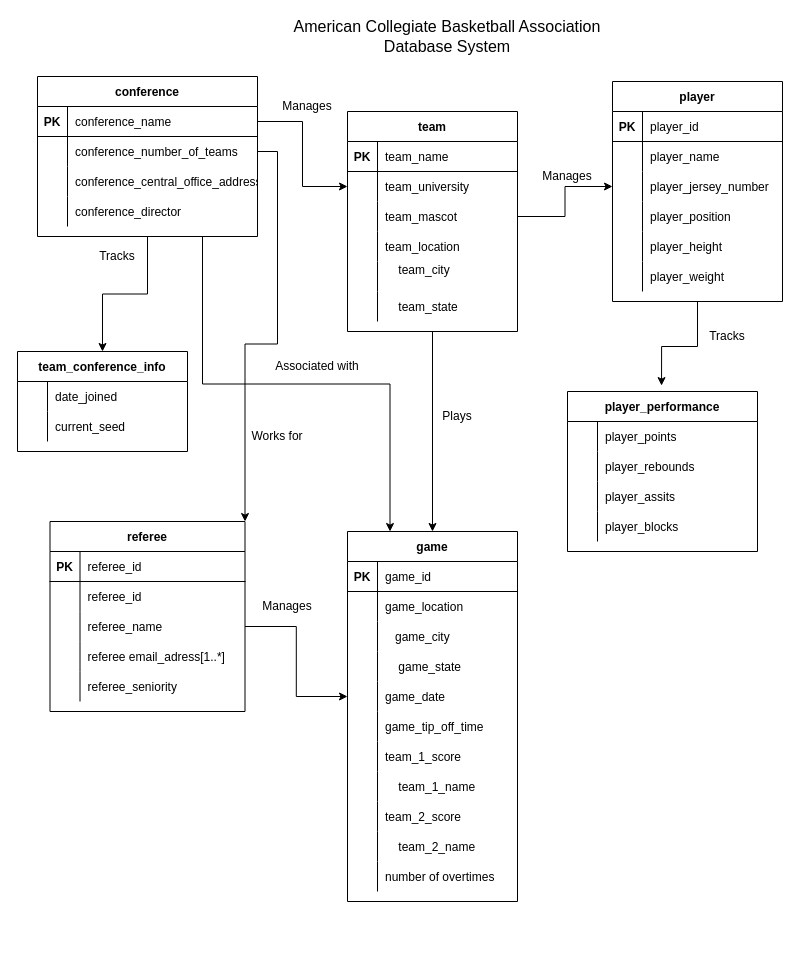
This is page "v1_acbdb" (1 of 2) of ACBADB_ER_model.drawio from LaurenMiller0/LaurenMiller0, a draw.io file, before an edit. Source tidied: cells renumbered, new cells numbered last; positions are measured from the earlier drawing's top-left corner, leaving out a move shared by most shapes. Both pictures are drawn from the tidied source at 100%, with x=0, y=0 at pixel (17, 21).
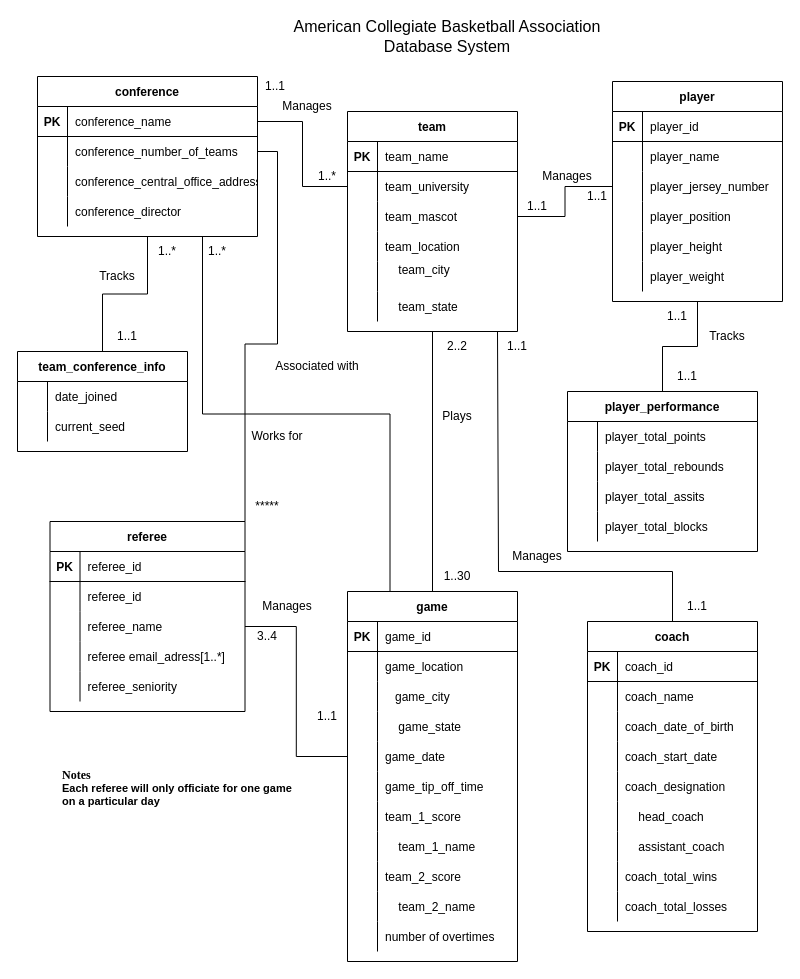
Above is the later version.

The change refers to these unchanged cells:
```xml
<mxCell id="3" value="team" style="shape=table;startSize=30;childLayout=tableLayout;rowLines=0;fontStyle=1;align=center;" parent="1" vertex="1">
  <mxGeometry x="330" y="90" width="170" height="220" as="geometry" />
</mxCell>
<mxCell id="7" style="shape=partialRectangle;fillColor=none;points=[[0,0.5],[1,0.5]];portConstraint=eastwest;top=0;left=0;right=0;bottom=0;" parent="3" vertex="1">
  <mxGeometry y="60" width="170" height="30" as="geometry" />
</mxCell>
<mxCell id="10" style="shape=partialRectangle;fillColor=none;points=[[0,0.5],[1,0.5]];portConstraint=eastwest;top=0;left=0;right=0;bottom=0;" parent="3" vertex="1">
  <mxGeometry y="90" width="170" height="30" as="geometry" />
</mxCell>
<mxCell id="22" value="team_conference_info" style="shape=table;startSize=30;childLayout=tableLayout;rowLines=0;fontStyle=1;align=center;" parent="1" vertex="1">
  <mxGeometry y="330" width="170" height="100" as="geometry" />
</mxCell>
<mxCell id="31" value="conference" style="shape=table;startSize=30;childLayout=tableLayout;rowLines=0;fontStyle=1;align=center;" parent="1" vertex="1">
  <mxGeometry x="20" y="55" width="220" height="160" as="geometry" />
</mxCell>
<mxCell id="32" style="shape=partialRectangle;fillColor=none;points=[[0,0.5],[1,0.5]];portConstraint=eastwest;top=0;left=0;right=0;bottom=1;" parent="31" vertex="1">
  <mxGeometry y="30" width="220" height="30" as="geometry" />
</mxCell>
<mxCell id="35" style="shape=partialRectangle;fillColor=none;points=[[0,0.5],[1,0.5]];portConstraint=eastwest;top=0;left=0;right=0;bottom=0;" parent="31" vertex="1">
  <mxGeometry y="60" width="220" height="30" as="geometry" />
</mxCell>
<mxCell id="44" value="player" style="shape=table;startSize=30;childLayout=tableLayout;rowLines=0;fontStyle=1;align=center;" parent="1" vertex="1">
  <mxGeometry x="595" y="60" width="170" height="220" as="geometry" />
</mxCell>
<mxCell id="51" style="shape=partialRectangle;fillColor=none;points=[[0,0.5],[1,0.5]];portConstraint=eastwest;top=0;left=0;right=0;bottom=0;" parent="44" vertex="1">
  <mxGeometry y="90" width="170" height="30" as="geometry" />
</mxCell>
<mxCell id="63" value="referee" style="shape=table;startSize=30;childLayout=tableLayout;rowLines=0;fontStyle=1;align=center;" parent="1" vertex="1">
  <mxGeometry x="32.5" y="500" width="195" height="190" as="geometry" />
</mxCell>
<mxCell id="70" style="shape=partialRectangle;fillColor=none;points=[[0,0.5],[1,0.5]];portConstraint=eastwest;top=0;left=0;right=0;bottom=0;" parent="63" vertex="1">
  <mxGeometry y="90" width="195" height="30" as="geometry" />
</mxCell>
<mxCell id="79" value="player_performance" style="shape=table;startSize=30;childLayout=tableLayout;rowLines=0;fontStyle=1;align=center;" parent="1" vertex="1">
  <mxGeometry x="550" y="370" width="190" height="160" as="geometry" />
</mxCell>
<mxCell id="80" style="shape=partialRectangle;fillColor=none;top=0;left=0;right=0;bottom=0;" parent="79" vertex="1">
  <mxGeometry y="30" width="190" height="30" as="geometry" />
</mxCell>
<mxCell id="83" style="shape=partialRectangle;fillColor=none;top=0;left=0;right=0;bottom=0;" parent="79" vertex="1">
  <mxGeometry y="60" width="190" height="30" as="geometry" />
</mxCell>
<mxCell id="86" style="shape=partialRectangle;fillColor=none;top=0;left=0;right=0;bottom=0;" parent="79" vertex="1">
  <mxGeometry y="90" width="190" height="30" as="geometry" />
</mxCell>
<mxCell id="89" style="shape=partialRectangle;fillColor=none;top=0;left=0;right=0;bottom=0;" parent="79" vertex="1">
  <mxGeometry y="120" width="190" height="30" as="geometry" />
</mxCell>
<mxCell id="111" style="shape=partialRectangle;fillColor=none;points=[[0,0.5],[1,0.5]];portConstraint=eastwest;top=0;left=0;right=0;bottom=0;" parent="98" vertex="1">
  <mxGeometry y="150" width="170" height="30" as="geometry" />
</mxCell>
```

The edit, as a diff of the source:
```diff
@@
-    <mxCell id="2" style="edgeStyle=orthogonalEdgeStyle;rounded=0;jettySize=auto;html=1;exitX=0.5;exitY=1;exitDx=0;exitDy=0;entryX=0.5;entryY=0;entryDx=0;entryDy=0;" parent="1" edge="1" source="3" target="98">
+    <mxCell id="2" style="edgeStyle=orthogonalEdgeStyle;rounded=0;jettySize=auto;html=1;exitX=0.5;exitY=1;exitDx=0;exitDy=0;entryX=0.5;entryY=0;entryDx=0;entryDy=0;endArrow=none;endFill=0;" parent="1" edge="1" source="3" target="98">
       <mxGeometry relative="1" as="geometry" />
     </mxCell>
@@
-    <mxCell id="29" style="edgeStyle=orthogonalEdgeStyle;rounded=0;jettySize=auto;html=1;exitX=0.5;exitY=1;exitDx=0;exitDy=0;" parent="1" edge="1" source="31" target="22">
+    <mxCell id="29" style="edgeStyle=orthogonalEdgeStyle;rounded=0;jettySize=auto;html=1;exitX=0.5;exitY=1;exitDx=0;exitDy=0;endArrow=none;endFill=0;" parent="1" edge="1" source="31" target="22">
       <mxGeometry relative="1" as="geometry" />
     </mxCell>
-    <mxCell id="30" style="edgeStyle=orthogonalEdgeStyle;rounded=0;jettySize=auto;html=1;exitX=0.75;exitY=1;exitDx=0;exitDy=0;entryX=0.25;entryY=0;entryDx=0;entryDy=0;" parent="1" edge="1" source="31" target="98">
+    <mxCell id="30" style="edgeStyle=orthogonalEdgeStyle;rounded=0;jettySize=auto;html=1;exitX=0.75;exitY=1;exitDx=0;exitDy=0;entryX=0.25;entryY=0;entryDx=0;entryDy=0;endArrow=none;endFill=0;" parent="1" edge="1" source="31" target="98">
       <mxGeometry relative="1" as="geometry" />
     </mxCell>
@@
-    <mxCell id="82" value="player_points" style="shape=partialRectangle;overflow=hidden;fillColor=none;top=0;left=0;bottom=0;right=0;align=left;spacingLeft=6;" parent="80" vertex="1">
+    <mxCell id="82" value="player_total_points" style="shape=partialRectangle;overflow=hidden;fillColor=none;top=0;left=0;bottom=0;right=0;align=left;spacingLeft=6;" parent="80" vertex="1">
       <mxGeometry x="30" width="160" height="30" as="geometry" />
     </mxCell>
@@
-    <mxCell id="85" value="player_rebounds" style="shape=partialRectangle;overflow=hidden;fillColor=none;top=0;left=0;bottom=0;right=0;align=left;spacingLeft=6;" parent="83" vertex="1">
+    <mxCell id="85" value="player_total_rebounds" style="shape=partialRectangle;overflow=hidden;fillColor=none;top=0;left=0;bottom=0;right=0;align=left;spacingLeft=6;" parent="83" vertex="1">
       <mxGeometry x="30" width="160" height="30" as="geometry" />
     </mxCell>
@@
-    <mxCell id="88" value="player_assits" style="shape=partialRectangle;overflow=hidden;fillColor=none;top=0;left=0;bottom=0;right=0;align=left;spacingLeft=6;" parent="86" vertex="1">
+    <mxCell id="88" value="player_total_assits" style="shape=partialRectangle;overflow=hidden;fillColor=none;top=0;left=0;bottom=0;right=0;align=left;spacingLeft=6;" parent="86" vertex="1">
       <mxGeometry x="30" width="160" height="30" as="geometry" />
     </mxCell>
@@
-    <mxCell id="91" value="player_blocks" style="shape=partialRectangle;overflow=hidden;fillColor=none;top=0;left=0;bottom=0;right=0;align=left;spacingLeft=6;" parent="89" vertex="1">
+    <mxCell id="91" value="player_total_blocks" style="shape=partialRectangle;overflow=hidden;fillColor=none;top=0;left=0;bottom=0;right=0;align=left;spacingLeft=6;" parent="89" vertex="1">
       <mxGeometry x="30" width="160" height="30" as="geometry" />
     </mxCell>
-    <mxCell id="92" style="edgeStyle=orthogonalEdgeStyle;rounded=0;jettySize=auto;html=1;exitX=0.5;exitY=1;exitDx=0;exitDy=0;entryX=0.495;entryY=-0.037;entryDx=0;entryDy=0;entryPerimeter=0;" parent="1" edge="1" source="44" target="79">
+    <mxCell id="92" style="edgeStyle=orthogonalEdgeStyle;rounded=0;jettySize=auto;html=1;exitX=0.5;exitY=1;exitDx=0;exitDy=0;entryX=0.5;entryY=0;entryDx=0;entryDy=0;endArrow=none;endFill=0;" parent="1" edge="1" source="44" target="79">
       <mxGeometry relative="1" as="geometry" />
     </mxCell>
-    <mxCell id="93" style="edgeStyle=orthogonalEdgeStyle;rounded=0;jettySize=auto;html=1;exitX=1;exitY=0.5;exitDx=0;exitDy=0;entryX=1;entryY=0;entryDx=0;entryDy=0;" parent="1" edge="1" source="35" target="63">
+    <mxCell id="93" style="edgeStyle=orthogonalEdgeStyle;rounded=0;jettySize=auto;html=1;exitX=1;exitY=0.5;exitDx=0;exitDy=0;entryX=1;entryY=0;entryDx=0;entryDy=0;endArrow=none;endFill=0;" parent="1" edge="1" source="35" target="63">
       <mxGeometry relative="1" as="geometry" />
     </mxCell>
-    <mxCell id="94" style="edgeStyle=orthogonalEdgeStyle;rounded=0;jettySize=auto;html=1;exitX=1;exitY=0.5;exitDx=0;exitDy=0;entryX=0;entryY=0.5;entryDx=0;entryDy=0;" parent="1" edge="1" source="32" target="7">
+    <mxCell id="94" style="edgeStyle=orthogonalEdgeStyle;rounded=0;jettySize=auto;html=1;exitX=1;exitY=0.5;exitDx=0;exitDy=0;entryX=0;entryY=0.5;entryDx=0;entryDy=0;endArrow=none;endFill=0;" parent="1" edge="1" source="32" target="7">
       <mxGeometry relative="1" as="geometry" />
     </mxCell>
-    <mxCell id="95" style="edgeStyle=orthogonalEdgeStyle;rounded=0;jettySize=auto;html=1;exitX=1;exitY=0.5;exitDx=0;exitDy=0;entryX=0;entryY=0.5;entryDx=0;entryDy=0;" parent="1" edge="1" source="10" target="51">
+    <mxCell id="95" style="edgeStyle=orthogonalEdgeStyle;rounded=0;jettySize=auto;html=1;exitX=1;exitY=0.5;exitDx=0;exitDy=0;entryX=0;entryY=0.5;entryDx=0;entryDy=0;endArrow=none;endFill=0;" parent="1" edge="1" source="10" target="51">
       <mxGeometry relative="1" as="geometry" />
     </mxCell>
     <mxCell id="96" value="Tracks" style="text;html=1;strokeColor=none;fillColor=none;align=center;verticalAlign=middle;whiteSpace=wrap;rounded=0;" parent="1" vertex="1">
-      <mxGeometry x="70" y="220" width="60" height="30" as="geometry" />
+      <mxGeometry x="70" y="240" width="60" height="30" as="geometry" />
     </mxCell>
@@
     <mxCell id="98" value="game" style="shape=table;startSize=30;childLayout=tableLayout;rowLines=0;fontStyle=1;align=center;" parent="1" vertex="1">
-      <mxGeometry x="330" y="510" width="170" height="370" as="geometry" />
+      <mxGeometry x="330" y="570" width="170" height="370" as="geometry" />
     </mxCell>
@@
-    <mxCell id="132" style="edgeStyle=orthogonalEdgeStyle;rounded=0;jettySize=auto;html=1;exitX=1;exitY=0.5;exitDx=0;exitDy=0;entryX=0;entryY=0.5;entryDx=0;entryDy=0;" parent="1" edge="1" source="70" target="111">
+    <mxCell id="132" style="edgeStyle=orthogonalEdgeStyle;rounded=0;jettySize=auto;html=1;exitX=1;exitY=0.5;exitDx=0;exitDy=0;entryX=0;entryY=0.5;entryDx=0;entryDy=0;endArrow=none;endFill=0;" parent="1" edge="1" source="70" target="111">
       <mxGeometry relative="1" as="geometry" />
     </mxCell>
@@
+    <mxCell id="140" value="1..1" style="text;html=1;strokeColor=none;fillColor=none;align=center;verticalAlign=middle;whiteSpace=wrap;rounded=0;" parent="1" vertex="1">
+      <mxGeometry x="227.5" y="50" width="60" height="30" as="geometry" />
+    </mxCell>
+    <mxCell id="141" value="1..*" style="text;html=1;strokeColor=none;fillColor=none;align=center;verticalAlign=middle;whiteSpace=wrap;rounded=0;" parent="1" vertex="1">
+      <mxGeometry x="280" y="140" width="60" height="30" as="geometry" />
+    </mxCell>
+    <mxCell id="142" value="3..4" style="text;html=1;strokeColor=none;fillColor=none;align=center;verticalAlign=middle;whiteSpace=wrap;rounded=0;" parent="1" vertex="1">
+      <mxGeometry x="220" y="600" width="60" height="30" as="geometry" />
+    </mxCell>
+    <mxCell id="143" value="2..2" style="text;html=1;strokeColor=none;fillColor=none;align=center;verticalAlign=middle;whiteSpace=wrap;rounded=0;" parent="1" vertex="1">
+      <mxGeometry x="410" y="310" width="60" height="30" as="geometry" />
+    </mxCell>
+    <mxCell id="144" value="*****" style="text;html=1;strokeColor=none;fillColor=none;align=center;verticalAlign=middle;whiteSpace=wrap;rounded=0;" parent="1" vertex="1">
+      <mxGeometry x="220" y="470" width="60" height="30" as="geometry" />
+    </mxCell>
+    <mxCell id="145" value="1..1" style="text;html=1;strokeColor=none;fillColor=none;align=center;verticalAlign=middle;whiteSpace=wrap;rounded=0;" parent="1" vertex="1">
+      <mxGeometry x="490" y="170" width="60" height="30" as="geometry" />
+    </mxCell>
+    <mxCell id="146" value="1..1" style="text;html=1;strokeColor=none;fillColor=none;align=center;verticalAlign=middle;whiteSpace=wrap;rounded=0;" parent="1" vertex="1">
+      <mxGeometry x="550" y="160" width="60" height="30" as="geometry" />
+    </mxCell>
+    <mxCell id="147" value="1..1" style="text;html=1;strokeColor=none;fillColor=none;align=center;verticalAlign=middle;whiteSpace=wrap;rounded=0;" parent="1" vertex="1">
+      <mxGeometry x="640" y="340" width="60" height="30" as="geometry" />
+    </mxCell>
+    <mxCell id="148" value="1..1" style="text;html=1;strokeColor=none;fillColor=none;align=center;verticalAlign=middle;whiteSpace=wrap;rounded=0;" parent="1" vertex="1">
+      <mxGeometry x="630" y="280" width="60" height="30" as="geometry" />
+    </mxCell>
+    <mxCell id="149" value="&lt;h5&gt;&lt;font&gt;&lt;font face=&quot;Times New Roman&quot;&gt;&lt;font style=&quot;font-size: 12px;&quot;&gt;Notes&lt;/font&gt;&lt;br&gt;&lt;/font&gt;&lt;span style=&quot;font-size: 11px; font-variant-ligatures: normal; font-variant-east-asian: normal; font-variant-position: normal; vertical-align: baseline;&quot;&gt;&lt;font face=&quot;X0p7nnMMEuQ_qqVNwSqV&quot;&gt;Each referee will only officiate for one game on a particular day&lt;/font&gt;&lt;/span&gt;&lt;/font&gt;&lt;/h5&gt;" style="text;html=1;strokeColor=none;fillColor=none;spacing=5;spacingTop=-20;whiteSpace=wrap;overflow=hidden;rounded=0;" parent="1" vertex="1">
+      <mxGeometry x="40" y="740" width="240" height="120" as="geometry" />
+    </mxCell>
+    <mxCell id="150" value="1..1" style="text;html=1;strokeColor=none;fillColor=none;align=center;verticalAlign=middle;whiteSpace=wrap;rounded=0;" parent="1" vertex="1">
+      <mxGeometry x="280" y="680" width="60" height="30" as="geometry" />
+    </mxCell>
+    <mxCell id="151" value="1..1" style="text;html=1;strokeColor=none;fillColor=none;align=center;verticalAlign=middle;whiteSpace=wrap;rounded=0;" parent="1" vertex="1">
+      <mxGeometry x="80" y="300" width="60" height="30" as="geometry" />
+    </mxCell>
+    <mxCell id="152" value="1..*" style="text;html=1;strokeColor=none;fillColor=none;align=center;verticalAlign=middle;whiteSpace=wrap;rounded=0;" parent="1" vertex="1">
+      <mxGeometry x="120" y="215" width="60" height="30" as="geometry" />
+    </mxCell>
+    <mxCell id="153" value="1..30" style="text;html=1;strokeColor=none;fillColor=none;align=center;verticalAlign=middle;whiteSpace=wrap;rounded=0;" parent="1" vertex="1">
+      <mxGeometry x="410" y="540" width="60" height="30" as="geometry" />
+    </mxCell>
+    <mxCell id="154" value="1..*" style="text;html=1;strokeColor=none;fillColor=none;align=center;verticalAlign=middle;whiteSpace=wrap;rounded=0;" parent="1" vertex="1">
+      <mxGeometry x="170" y="215" width="60" height="30" as="geometry" />
+    </mxCell>
+    <mxCell id="155" style="edgeStyle=orthogonalEdgeStyle;rounded=0;jettySize=auto;html=1;exitX=0.5;exitY=0;exitDx=0;exitDy=0;endArrow=none;endFill=0;" parent="1" edge="1" source="156">
+      <mxGeometry relative="1" as="geometry">
+        <mxPoint x="480" y="310" as="targetPoint" />
+        <Array as="points">
+          <mxPoint x="655" y="550" />
+          <mxPoint x="481" y="550" />
+        </Array>
+      </mxGeometry>
+    </mxCell>
+    <mxCell id="156" value="coach" style="shape=table;startSize=30;childLayout=tableLayout;rowLines=0;fontStyle=1;align=center;" parent="1" vertex="1">
+      <mxGeometry x="570" y="600" width="170" height="310" as="geometry" />
+    </mxCell>
+    <mxCell id="157" style="shape=partialRectangle;fillColor=none;top=0;left=0;right=0;bottom=1;" parent="156" vertex="1">
+      <mxGeometry y="30" width="170" height="30" as="geometry" />
+    </mxCell>
+    <mxCell id="158" value="PK" style="shape=partialRectangle;overflow=hidden;fillColor=none;top=0;left=0;bottom=0;right=0;fontStyle=1;" parent="157" vertex="1">
+      <mxGeometry width="30" height="30" as="geometry" />
+    </mxCell>
+    <mxCell id="159" value="coach_id" style="shape=partialRectangle;overflow=hidden;fillColor=none;top=0;left=0;bottom=0;right=0;align=left;spacingLeft=6;fontStyle=0;" parent="157" vertex="1">
+      <mxGeometry x="30" width="140" height="30" as="geometry" />
+    </mxCell>
+    <mxCell id="160" style="shape=partialRectangle;fillColor=none;top=0;left=0;right=0;bottom=0;" parent="156" vertex="1">
+      <mxGeometry y="60" width="170" height="30" as="geometry" />
+    </mxCell>
+    <mxCell id="161" style="shape=partialRectangle;overflow=hidden;fillColor=none;top=0;left=0;bottom=0;right=0;" parent="160" vertex="1">
+      <mxGeometry width="30" height="30" as="geometry" />
+    </mxCell>
+    <mxCell id="162" value="coach_name" style="shape=partialRectangle;overflow=hidden;fillColor=none;top=0;left=0;bottom=0;right=0;align=left;spacingLeft=6;" parent="160" vertex="1">
+      <mxGeometry x="30" width="140" height="30" as="geometry" />
+    </mxCell>
+    <mxCell id="163" style="shape=partialRectangle;fillColor=none;top=0;left=0;right=0;bottom=0;" parent="156" vertex="1">
+      <mxGeometry y="90" width="170" height="30" as="geometry" />
+    </mxCell>
+    <mxCell id="164" style="shape=partialRectangle;overflow=hidden;fillColor=none;top=0;left=0;bottom=0;right=0;" parent="163" vertex="1">
+      <mxGeometry width="30" height="30" as="geometry" />
+    </mxCell>
+    <mxCell id="165" value="coach_date_of_birth" style="shape=partialRectangle;overflow=hidden;fillColor=none;top=0;left=0;bottom=0;right=0;align=left;spacingLeft=6;" parent="163" vertex="1">
+      <mxGeometry x="30" width="140" height="30" as="geometry" />
+    </mxCell>
+    <mxCell id="166" style="shape=partialRectangle;fillColor=none;top=0;left=0;right=0;bottom=0;" parent="156" vertex="1">
+      <mxGeometry y="120" width="170" height="30" as="geometry" />
+    </mxCell>
+    <mxCell id="167" style="shape=partialRectangle;overflow=hidden;fillColor=none;top=0;left=0;bottom=0;right=0;" parent="166" vertex="1">
+      <mxGeometry width="30" height="30" as="geometry" />
+    </mxCell>
+    <mxCell id="168" value="coach_start_date" style="shape=partialRectangle;overflow=hidden;fillColor=none;top=0;left=0;bottom=0;right=0;align=left;spacingLeft=6;" parent="166" vertex="1">
+      <mxGeometry x="30" width="140" height="30" as="geometry" />
+    </mxCell>
+    <mxCell id="169" style="shape=partialRectangle;fillColor=none;top=0;left=0;right=0;bottom=0;" parent="156" vertex="1">
+      <mxGeometry y="150" width="170" height="30" as="geometry" />
+    </mxCell>
+    <mxCell id="170" style="shape=partialRectangle;overflow=hidden;fillColor=none;top=0;left=0;bottom=0;right=0;" parent="169" vertex="1">
+      <mxGeometry width="30" height="30" as="geometry" />
+    </mxCell>
+    <mxCell id="171" value="coach_designation" style="shape=partialRectangle;overflow=hidden;fillColor=none;top=0;left=0;bottom=0;right=0;align=left;spacingLeft=6;" parent="169" vertex="1">
+      <mxGeometry x="30" width="140" height="30" as="geometry" />
+    </mxCell>
+    <mxCell id="172" style="shape=partialRectangle;fillColor=none;top=0;left=0;right=0;bottom=0;" parent="156" vertex="1">
+      <mxGeometry y="180" width="170" height="30" as="geometry" />
+    </mxCell>
+    <mxCell id="173" style="shape=partialRectangle;overflow=hidden;fillColor=none;top=0;left=0;bottom=0;right=0;" parent="172" vertex="1">
+      <mxGeometry width="30" height="30" as="geometry" />
+    </mxCell>
+    <mxCell id="174" value="    head_coach" style="shape=partialRectangle;overflow=hidden;fillColor=none;top=0;left=0;bottom=0;right=0;align=left;spacingLeft=6;" parent="172" vertex="1">
+      <mxGeometry x="30" width="140" height="30" as="geometry" />
+    </mxCell>
+    <mxCell id="175" style="shape=partialRectangle;fillColor=none;top=0;left=0;right=0;bottom=0;" parent="156" vertex="1">
+      <mxGeometry y="210" width="170" height="30" as="geometry" />
+    </mxCell>
+    <mxCell id="176" style="shape=partialRectangle;overflow=hidden;fillColor=none;top=0;left=0;bottom=0;right=0;" parent="175" vertex="1">
+      <mxGeometry width="30" height="30" as="geometry" />
+    </mxCell>
+    <mxCell id="177" value="    assistant_coach" style="shape=partialRectangle;overflow=hidden;fillColor=none;top=0;left=0;bottom=0;right=0;align=left;spacingLeft=6;" parent="175" vertex="1">
+      <mxGeometry x="30" width="140" height="30" as="geometry" />
+    </mxCell>
+    <mxCell id="178" style="shape=partialRectangle;fillColor=none;top=0;left=0;right=0;bottom=0;" parent="156" vertex="1">
+      <mxGeometry y="240" width="170" height="30" as="geometry" />
+    </mxCell>
+    <mxCell id="179" style="shape=partialRectangle;overflow=hidden;fillColor=none;top=0;left=0;bottom=0;right=0;" parent="178" vertex="1">
+      <mxGeometry width="30" height="30" as="geometry" />
+    </mxCell>
+    <mxCell id="180" value="coach_total_wins" style="shape=partialRectangle;overflow=hidden;fillColor=none;top=0;left=0;bottom=0;right=0;align=left;spacingLeft=6;" parent="178" vertex="1">
+      <mxGeometry x="30" width="140" height="30" as="geometry" />
+    </mxCell>
+    <mxCell id="181" style="shape=partialRectangle;fillColor=none;top=0;left=0;right=0;bottom=0;" parent="156" vertex="1">
+      <mxGeometry y="270" width="170" height="30" as="geometry" />
+    </mxCell>
+    <mxCell id="182" style="shape=partialRectangle;overflow=hidden;fillColor=none;top=0;left=0;bottom=0;right=0;" parent="181" vertex="1">
+      <mxGeometry width="30" height="30" as="geometry" />
+    </mxCell>
+    <mxCell id="183" value="coach_total_losses" style="shape=partialRectangle;overflow=hidden;fillColor=none;top=0;left=0;bottom=0;right=0;align=left;spacingLeft=6;" parent="181" vertex="1">
+      <mxGeometry x="30" width="140" height="30" as="geometry" />
+    </mxCell>
+    <mxCell id="184" value="Manages" style="text;html=1;strokeColor=none;fillColor=none;align=center;verticalAlign=middle;whiteSpace=wrap;rounded=0;" parent="1" vertex="1">
+      <mxGeometry x="490" y="520" width="60" height="30" as="geometry" />
+    </mxCell>
+    <mxCell id="185" value="1..1" style="text;html=1;strokeColor=none;fillColor=none;align=center;verticalAlign=middle;whiteSpace=wrap;rounded=0;" parent="1" vertex="1">
+      <mxGeometry x="650" y="570" width="60" height="30" as="geometry" />
+    </mxCell>
+    <mxCell id="186" value="1..1" style="text;html=1;strokeColor=none;fillColor=none;align=center;verticalAlign=middle;whiteSpace=wrap;rounded=0;" parent="1" vertex="1">
+      <mxGeometry x="470" y="310" width="60" height="30" as="geometry" />
+    </mxCell>
```
